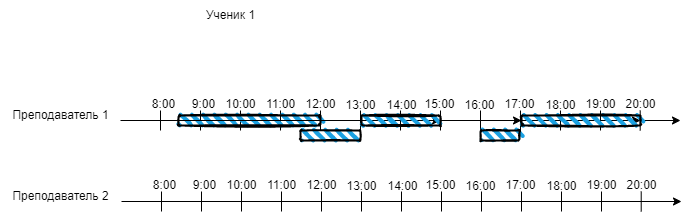
The draw.io diagram Концептуальная_модель.png in watashinonericell/myrepos, before a commit. Source tidied: cells renumbered, new cells last; positions are measured from the earlier drawing's top-left corner, leaving out a move shared by most shapes.
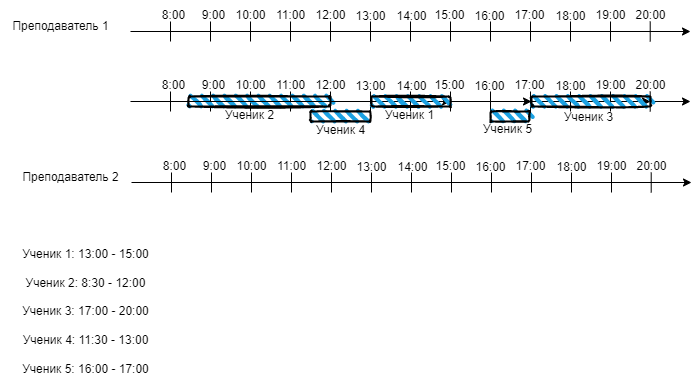
After the commit.

What changed in the source:
```diff
@@ -140,7 +140,7 @@
       </mxGeometry>
     </mxCell>
     <mxCell id="44" value="Преподаватель 1" style="text;html=1;align=center;verticalAlign=middle;strokeColor=none;fillColor=none;" parent="1" vertex="1">
-      <mxGeometry y="100" width="120" height="30" as="geometry" />
+      <mxGeometry x="-10" y="30" width="120" height="30" as="geometry" />
     </mxCell>
     <mxCell id="45" value="Преподаватель 2" style="text;html=1;align=center;verticalAlign=middle;strokeColor=none;fillColor=none;" parent="1" vertex="1">
       <mxGeometry y="181" width="120" height="30" as="geometry" />
@@ -151,8 +151,8 @@
     <mxCell id="47" style="rounded=1;whiteSpace=wrap;html=1;strokeWidth=2;fillWeight=4;hachureGap=8;hachureAngle=45;fillColor=#1ba1e2;sketch=1;" parent="1" vertex="1">
       <mxGeometry x="300" y="130" width="60" height="10" as="geometry" />
     </mxCell>
-    <mxCell id="48" value="Ученик 1" style="text;html=1;align=center;verticalAlign=middle;strokeColor=none;fillColor=none;" parent="1" vertex="1">
-      <mxGeometry x="195" width="70" height="30" as="geometry" />
+    <mxCell id="48" value="Ученик 2" style="text;html=1;align=center;verticalAlign=middle;strokeColor=none;fillColor=none;" parent="1" vertex="1">
+      <mxGeometry x="204" y="119" width="70" height="30" as="geometry" />
     </mxCell>
     <mxCell id="49" style="endArrow=classic;html=1;rounded=0;entryX=1;entryY=0.5;entryDx=0;entryDy=0;entryPerimeter=0;" parent="1" edge="1" target="50">
       <mxGeometry relative="1" as="geometry">
@@ -174,5 +174,89 @@
     <mxCell id="54" style="rounded=1;whiteSpace=wrap;html=1;strokeWidth=2;fillWeight=4;hachureGap=8;hachureAngle=45;fillColor=#1ba1e2;sketch=1;" parent="1" vertex="1">
       <mxGeometry x="480" y="130" width="39" height="10" as="geometry" />
     </mxCell>
+    <mxCell id="55" style="endArrow=classic;html=1;rounded=0;entryX=1;entryY=0.5;entryDx=0;entryDy=0;entryPerimeter=0;" parent="1" edge="1">
+      <mxGeometry relative="1" as="geometry">
+        <mxPoint x="120" y="50" as="sourcePoint" />
+        <mxPoint x="680" y="50" as="targetPoint" />
+      </mxGeometry>
+    </mxCell>
+    <mxCell id="56" style="shape=crossbar;whiteSpace=wrap;html=1;rounded=1;" parent="1" vertex="1">
+      <mxGeometry x="160" y="40" width="40" height="20" as="geometry" />
+    </mxCell>
+    <mxCell id="57" style="shape=crossbar;whiteSpace=wrap;html=1;rounded=1;" parent="1" vertex="1">
+      <mxGeometry x="240" y="40" width="40" height="20" as="geometry" />
+    </mxCell>
+    <mxCell id="58" style="shape=crossbar;whiteSpace=wrap;html=1;rounded=1;" parent="1" vertex="1">
+      <mxGeometry x="320" y="40" width="40" height="20" as="geometry" />
+    </mxCell>
+    <mxCell id="59" value="8:00" style="text;html=1;align=center;verticalAlign=middle;strokeColor=none;fillColor=none;" parent="1" vertex="1">
+      <mxGeometry x="138" y="19" width="50" height="30" as="geometry" />
+    </mxCell>
+    <mxCell id="60" value="9:00" style="text;html=1;align=center;verticalAlign=middle;strokeColor=none;fillColor=none;" parent="1" vertex="1">
+      <mxGeometry x="178" y="19" width="50" height="30" as="geometry" />
+    </mxCell>
+    <mxCell id="61" value="10:00" style="text;html=1;align=center;verticalAlign=middle;strokeColor=none;fillColor=none;" parent="1" vertex="1">
+      <mxGeometry x="215" y="19" width="50" height="30" as="geometry" />
+    </mxCell>
+    <mxCell id="62" value="11:00" style="text;html=1;align=center;verticalAlign=middle;strokeColor=none;fillColor=none;" parent="1" vertex="1">
+      <mxGeometry x="255" y="19" width="50" height="30" as="geometry" />
+    </mxCell>
+    <mxCell id="63" value="12:00" style="text;html=1;align=center;verticalAlign=middle;strokeColor=none;fillColor=none;" parent="1" vertex="1">
+      <mxGeometry x="295" y="19" width="50" height="30" as="geometry" />
+    </mxCell>
+    <mxCell id="64" style="shape=crossbar;whiteSpace=wrap;html=1;rounded=1;" parent="1" vertex="1">
+      <mxGeometry x="400" y="40" width="40" height="20" as="geometry" />
+    </mxCell>
+    <mxCell id="65" style="shape=crossbar;whiteSpace=wrap;html=1;rounded=1;" parent="1" vertex="1">
+      <mxGeometry x="480" y="40" width="40" height="20" as="geometry" />
+    </mxCell>
+    <mxCell id="66" style="shape=crossbar;whiteSpace=wrap;html=1;rounded=1;" parent="1" vertex="1">
+      <mxGeometry x="560" y="40" width="40" height="20" as="geometry" />
+    </mxCell>
+    <mxCell id="67" value="13:00" style="text;html=1;align=center;verticalAlign=middle;strokeColor=none;fillColor=none;" parent="1" vertex="1">
+      <mxGeometry x="335" y="20" width="50" height="30" as="geometry" />
+    </mxCell>
+    <mxCell id="68" value="14:00" style="text;html=1;align=center;verticalAlign=middle;strokeColor=none;fillColor=none;" parent="1" vertex="1">
+      <mxGeometry x="376" y="20" width="50" height="30" as="geometry" />
+    </mxCell>
+    <mxCell id="69" value="15:00" style="text;html=1;align=center;verticalAlign=middle;strokeColor=none;fillColor=none;" parent="1" vertex="1">
+      <mxGeometry x="414" y="19" width="50" height="30" as="geometry" />
+    </mxCell>
+    <mxCell id="70" value="16:00" style="text;html=1;align=center;verticalAlign=middle;strokeColor=none;fillColor=none;" parent="1" vertex="1">
+      <mxGeometry x="454" y="20" width="50" height="30" as="geometry" />
+    </mxCell>
+    <mxCell id="71" value="17:00" style="text;html=1;align=center;verticalAlign=middle;strokeColor=none;fillColor=none;" parent="1" vertex="1">
+      <mxGeometry x="494" y="19" width="50" height="30" as="geometry" />
+    </mxCell>
+    <mxCell id="72" value="18:00" style="text;html=1;align=center;verticalAlign=middle;strokeColor=none;fillColor=none;" parent="1" vertex="1">
+      <mxGeometry x="535" y="20" width="50" height="30" as="geometry" />
+    </mxCell>
+    <mxCell id="73" value="19:00" style="text;html=1;align=center;verticalAlign=middle;strokeColor=none;fillColor=none;" parent="1" vertex="1">
+      <mxGeometry x="575" y="19" width="50" height="30" as="geometry" />
+    </mxCell>
+    <mxCell id="74" value="20:00" style="text;html=1;align=center;verticalAlign=middle;strokeColor=none;fillColor=none;" parent="1" vertex="1">
+      <mxGeometry x="615" y="19" width="50" height="30" as="geometry" />
+    </mxCell>
+    <mxCell id="75" style="endArrow=none;html=1;rounded=0;" parent="1" edge="1">
+      <mxGeometry relative="1" as="geometry">
+        <mxPoint x="639.7" y="60" as="sourcePoint" />
+        <mxPoint x="639.7" y="40" as="targetPoint" />
+      </mxGeometry>
+    </mxCell>
+    <mxCell id="76" value="Ученик 4" style="text;html=1;align=center;verticalAlign=middle;strokeColor=none;fillColor=none;" parent="1" vertex="1">
+      <mxGeometry x="295" y="134" width="70" height="30" as="geometry" />
+    </mxCell>
+    <mxCell id="77" value="Ученик 1" style="text;html=1;align=center;verticalAlign=middle;strokeColor=none;fillColor=none;" parent="1" vertex="1">
+      <mxGeometry x="364" y="119" width="70" height="30" as="geometry" />
+    </mxCell>
+    <mxCell id="78" value="Ученик 5" style="text;html=1;align=center;verticalAlign=middle;strokeColor=none;fillColor=none;" parent="1" vertex="1">
+      <mxGeometry x="462" y="133" width="70" height="30" as="geometry" />
+    </mxCell>
+    <mxCell id="79" value="Ученик 3" style="text;html=1;align=center;verticalAlign=middle;strokeColor=none;fillColor=none;" parent="1" vertex="1">
+      <mxGeometry x="543" y="121" width="70" height="30" as="geometry" />
+    </mxCell>
+    <mxCell id="80" value="Ученик 1: 13:00 - 15:00&lt;br&gt;&lt;br&gt;Ученик 2: 8:30 - 12:00&lt;br&gt;&lt;br&gt;Ученик 3: 17:00 - 20:00&lt;br&gt;&lt;br&gt;Ученик 4: 11:30 - 13:00&lt;br&gt;&lt;br&gt;Ученик 5: 16:00 - 17:00" style="text;html=1;align=center;verticalAlign=middle;strokeColor=none;fillColor=none;" parent="1" vertex="1">
+      <mxGeometry y="260" width="150" height="140" as="geometry" />
+    </mxCell>
   </root>
 </mxGraphModel>
```
